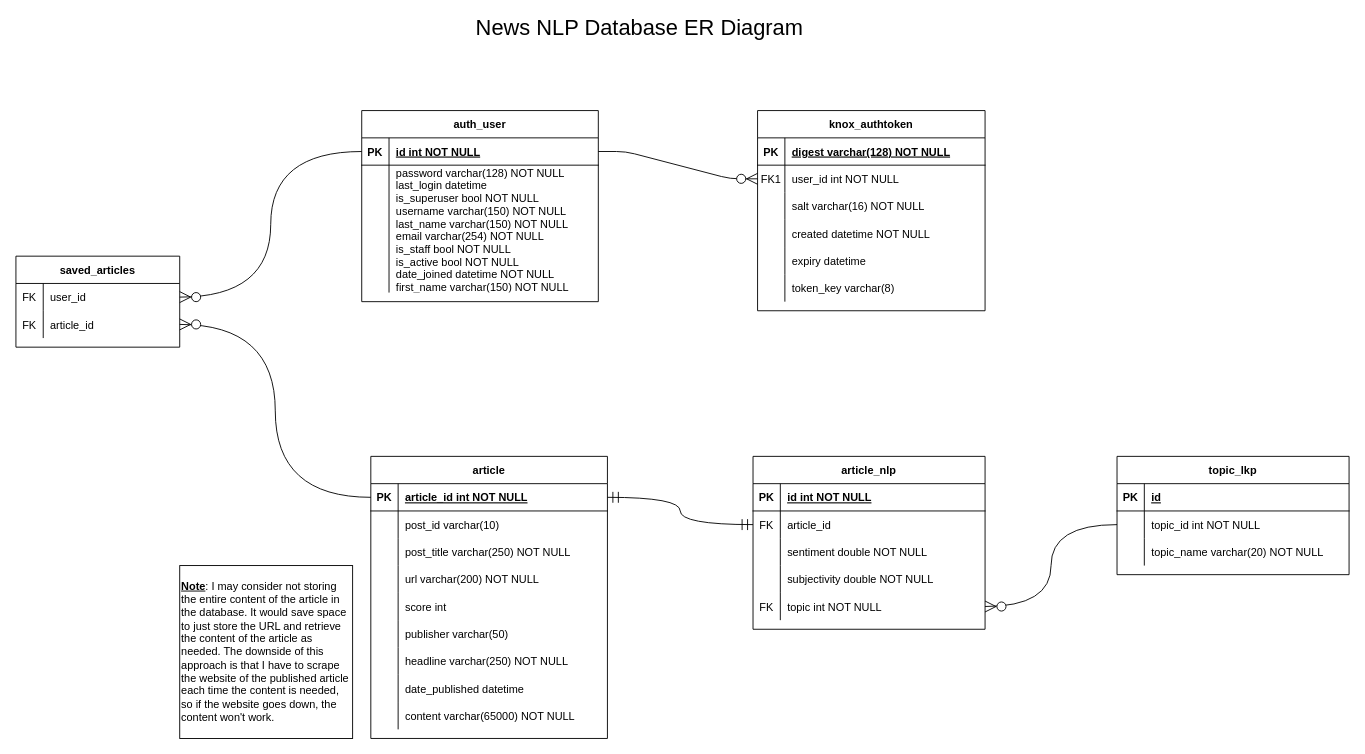
Before: ER Diagram.drawio in MarkyMan4/capstone-planning, a draw.io diagram. Source tidied: cells renumbered, new cells numbered last; positions are measured from the earlier drawing's top-left corner, leaving out a move shared by most shapes. Both pictures are drawn from the tidied source at 91%, with x=0, y=0 at pixel (15, 19).
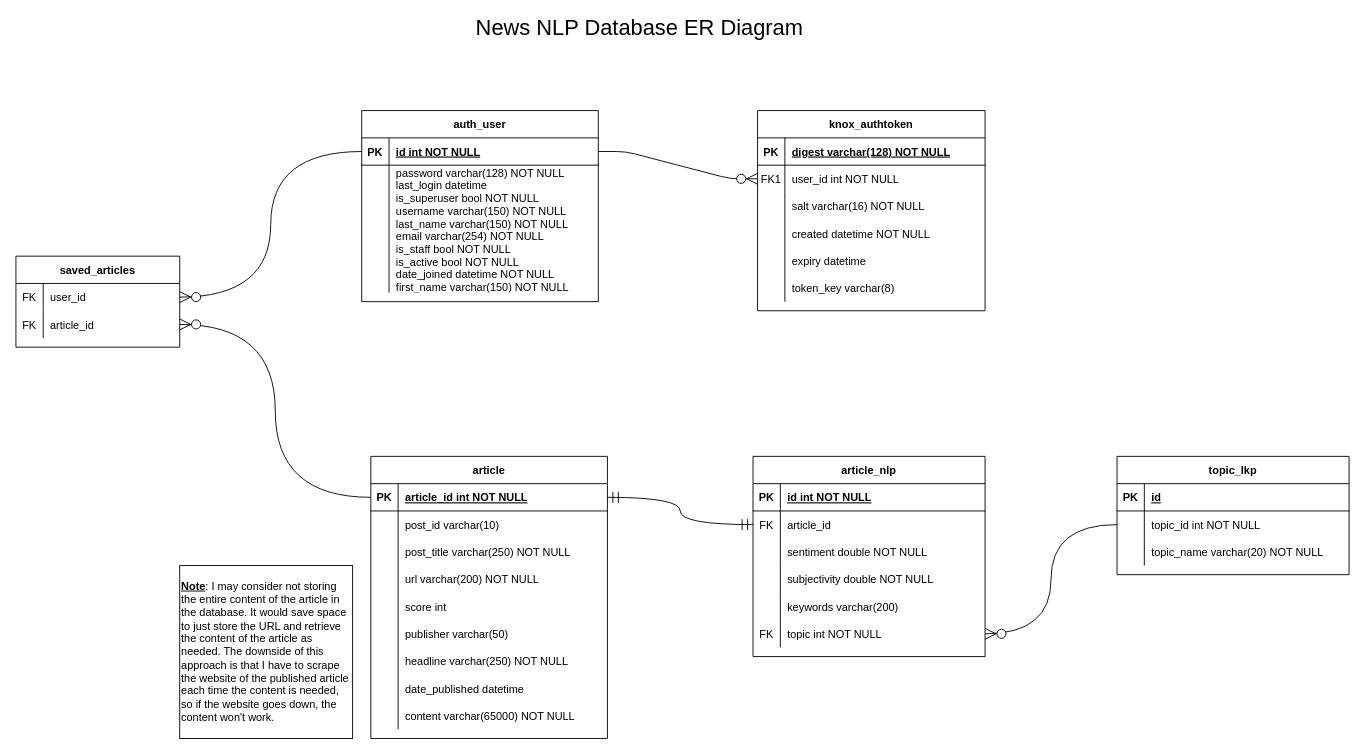
After the change.

Commit message:
add keywords column to article_nlp.drawio

Change to the diagram source:
```diff
@@
     <mxCell id="59" value="article_nlp" style="shape=table;startSize=30;childLayout=tableLayout;rowLines=0;fontStyle=1;align=center;" parent="1" vertex="1">
-      <mxGeometry x="810" y="480" width="255" height="190" as="geometry" />
+      <mxGeometry x="810" y="480" width="255" height="220" as="geometry" />
     </mxCell>
@@
+    <mxCell id="96" style="shape=partialRectangle;fillColor=none;top=0;left=0;bottom=0;right=0;" parent="59" vertex="1">
+      <mxGeometry y="150" width="255" height="30" as="geometry" />
+    </mxCell>
+    <mxCell id="97" style="shape=partialRectangle;fillColor=none;top=0;left=0;bottom=0;right=0;overflow=hidden;" parent="96" vertex="1">
+      <mxGeometry width="30" height="30" as="geometry" />
+    </mxCell>
+    <mxCell id="98" value="keywords varchar(200)" style="shape=partialRectangle;fillColor=none;top=0;left=0;bottom=0;right=0;align=left;spacingLeft=6;overflow=hidden;" parent="96" vertex="1">
+      <mxGeometry x="30" width="225" height="30" as="geometry" />
+    </mxCell>
     <mxCell id="72" style="shape=partialRectangle;fillColor=none;top=0;left=0;bottom=0;right=0;points=[[0,0.5],[1,0.5]];portConstraint=eastwest;" parent="59" vertex="1">
-      <mxGeometry y="150" width="255" height="30" as="geometry" />
+      <mxGeometry y="180" width="255" height="30" as="geometry" />
     </mxCell>
```
